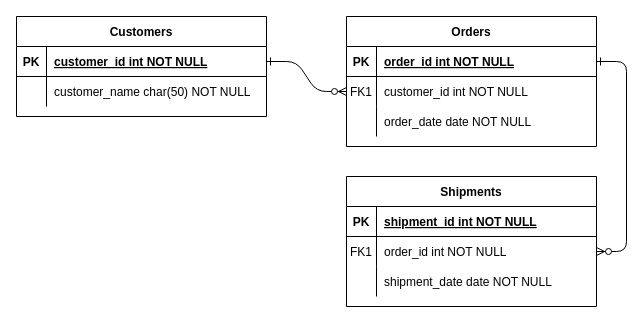
Before: Diagrama sin título.drawio in madevianaGH/BDI, a draw.io diagram. Source tidied: cells renumbered, new cells numbered last; positions are measured from the earlier drawing's top-left corner, leaving out a move shared by most shapes. Both pictures are drawn from the tidied source at 100%, with x=0, y=0 at pixel (16, 16).
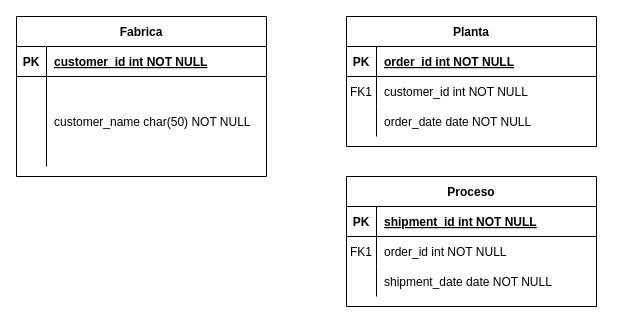
The same diagram, later.

Unchanged cells that the change refers to:
```xml
<mxCell id="5" style="shape=partialRectangle;fillColor=none;points=[[0,0.5],[1,0.5]];portConstraint=eastwest;top=0;left=0;right=0;bottom=1;" parent="4" vertex="1">
  <mxGeometry y="30" width="250" height="30" as="geometry" />
</mxCell>
<mxCell id="8" style="shape=partialRectangle;fillColor=none;points=[[0,0.5],[1,0.5]];portConstraint=eastwest;top=0;left=0;right=0;bottom=0;" parent="4" vertex="1">
  <mxGeometry y="60" width="250" height="30" as="geometry" />
</mxCell>
<mxCell id="18" style="shape=partialRectangle;fillColor=none;points=[[0,0.5],[1,0.5]];portConstraint=eastwest;top=0;left=0;right=0;bottom=0;" parent="14" vertex="1">
  <mxGeometry y="60" width="250" height="30" as="geometry" />
</mxCell>
<mxCell id="25" style="shape=partialRectangle;fillColor=none;points=[[0,0.5],[1,0.5]];portConstraint=eastwest;top=0;left=0;right=0;bottom=1;" parent="24" vertex="1">
  <mxGeometry y="30" width="250" height="30" as="geometry" />
</mxCell>
```

Change to the diagram source:
```diff
@@
-    <mxCell id="2" style="edgeStyle=entityRelationEdgeStyle;endArrow=ERzeroToMany;startArrow=ERone;endFill=1;startFill=0;" parent="1" edge="1" source="25" target="8">
-      <mxGeometry relative="1" as="geometry" />
-    </mxCell>
-    <mxCell id="3" style="edgeStyle=entityRelationEdgeStyle;endArrow=ERzeroToMany;startArrow=ERone;endFill=1;startFill=0;" parent="1" edge="1" source="5" target="18">
-      <mxGeometry relative="1" as="geometry" />
-    </mxCell>
-    <mxCell id="4" value="Orders" style="shape=table;startSize=30;childLayout=tableLayout;rowLines=0;fontStyle=1;align=center;" parent="1" vertex="1">
+    <mxCell id="4" value="Planta" style="shape=table;startSize=30;childLayout=tableLayout;rowLines=0;fontStyle=1;align=center;" parent="1" vertex="1">
       <mxGeometry x="330" width="250" height="130" as="geometry" />
     </mxCell>
@@
-    <mxCell id="14" value="Shipments" style="shape=table;startSize=30;childLayout=tableLayout;rowLines=0;fontStyle=1;align=center;" parent="1" vertex="1">
+    <mxCell id="14" value="Proceso" style="shape=table;startSize=30;childLayout=tableLayout;rowLines=0;fontStyle=1;align=center;" parent="1" vertex="1">
       <mxGeometry x="330" y="160" width="250" height="130" as="geometry" />
     </mxCell>
@@
-    <mxCell id="24" value="Customers" style="shape=table;startSize=30;childLayout=tableLayout;rowLines=0;fontStyle=1;align=center;" parent="1" vertex="1">
-      <mxGeometry width="250" height="100" as="geometry" />
+    <mxCell id="24" value="Fabrica" style="shape=table;startSize=30;childLayout=tableLayout;rowLines=0;fontStyle=1;align=center;" parent="1" vertex="1">
+      <mxGeometry width="250" height="160" as="geometry" />
     </mxCell>
@@
     <mxCell id="28" style="shape=partialRectangle;fillColor=none;top=0;left=0;right=0;bottom=0;" parent="24" vertex="1">
-      <mxGeometry y="60" width="250" height="30" as="geometry" />
+      <mxGeometry y="60" width="250" height="90" as="geometry" />
     </mxCell>
     <mxCell id="29" style="shape=partialRectangle;overflow=hidden;fillColor=none;top=0;left=0;bottom=0;right=0;" parent="28" vertex="1">
-      <mxGeometry width="30" height="30" as="geometry" />
+      <mxGeometry width="30" height="90" as="geometry" />
     </mxCell>
     <mxCell id="30" value="customer_name char(50) NOT NULL" style="shape=partialRectangle;overflow=hidden;fillColor=none;top=0;left=0;bottom=0;right=0;align=left;spacingLeft=6;" parent="28" vertex="1">
-      <mxGeometry x="30" width="220" height="30" as="geometry" />
+      <mxGeometry x="30" width="220" height="90" as="geometry" />
     </mxCell>
```
